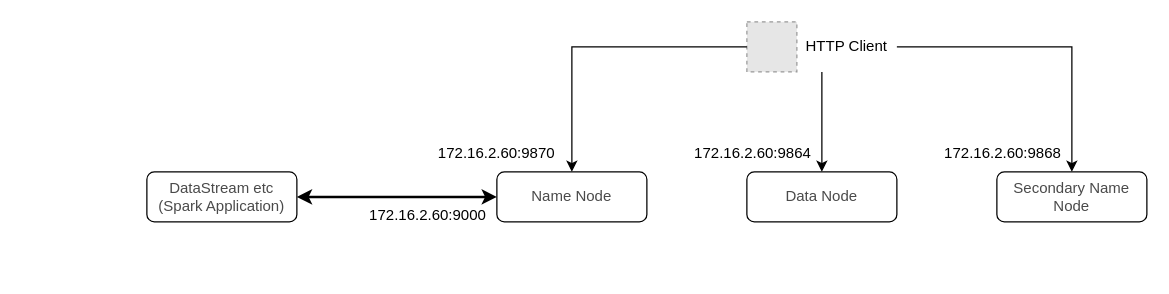
This is page "hadoop hdfs" (13 of 19) of Developer's Guide/MataElang Services.drawio from mata-elang-stable/DevelopersGuide, a draw.io file, before an edit. Source tidied: cells renumbered, new cells numbered last; positions are measured from the earlier drawing's top-left corner, leaving out a move shared by most shapes. Both pictures are drawn from the tidied source at 125%, with x=0, y=0 at pixel (146, 21). Pictures stored in the file or linked from it are replaced by grey dashed boxes.
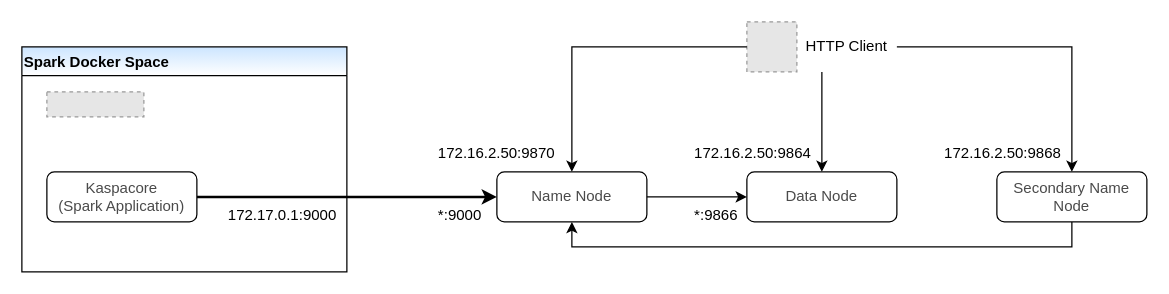
Above is the later version.

The change refers to these unchanged cells:
```xml
<mxCell id="10" value="&lt;font color=&quot;#4a4a4a&quot;&gt;Name Node&lt;/font&gt;" style="rounded=1;whiteSpace=wrap;html=1;fontSize=12;glass=0;strokeWidth=1;shadow=0;" parent="1" vertex="1">
  <mxGeometry x="280" y="120" width="120" height="40" as="geometry" />
</mxCell>
<mxCell id="13" value="&lt;font color=&quot;#4a4a4a&quot;&gt;Secondary Name Node&lt;/font&gt;" style="rounded=1;whiteSpace=wrap;html=1;fontSize=12;glass=0;strokeWidth=1;shadow=0;" parent="1" vertex="1">
  <mxGeometry x="680" y="120" width="120" height="40" as="geometry" />
</mxCell>
<mxCell id="16" value="&lt;font color=&quot;#4a4a4a&quot;&gt;Data Node&lt;/font&gt;" style="rounded=1;whiteSpace=wrap;html=1;fontSize=12;glass=0;strokeWidth=1;shadow=0;" parent="1" vertex="1">
  <mxGeometry x="480" y="120" width="120" height="40" as="geometry" />
</mxCell>
```

Change to the diagram source:
```diff
@@
-    <mxCell id="2" value="172.16.2.60:9000" style="text;html=1;strokeColor=none;fillColor=none;align=center;verticalAlign=middle;whiteSpace=wrap;rounded=0;" parent="1" vertex="1">
-      <mxGeometry x="170" y="140" width="110" height="30" as="geometry" />
-    </mxCell>
-    <mxCell id="3" value="&lt;span style=&quot;color: rgb(74 , 74 , 74) ; background-color: rgb(255 , 255 , 255)&quot;&gt;DataStream etc&lt;/span&gt;&lt;br style=&quot;color: rgb(74 , 74 , 74)&quot;&gt;&lt;span style=&quot;color: rgb(74 , 74 , 74) ; background-color: rgb(255 , 255 , 255)&quot;&gt;(Spark Application)&lt;/span&gt;&lt;font color=&quot;#4a4a4a&quot;&gt;&lt;span style=&quot;background-color: rgb(255 , 255 , 255)&quot;&gt;&lt;br&gt;&lt;/span&gt;&lt;/font&gt;" style="rounded=1;whiteSpace=wrap;html=1;fontSize=12;glass=0;strokeWidth=1;shadow=0;" parent="1" vertex="1">
-      <mxGeometry y="120" width="120" height="40" as="geometry" />
-    </mxCell>
-    <mxCell id="4" style="endArrow=classic;html=1;rounded=0;edgeStyle=orthogonalEdgeStyle;exitX=1;exitY=0.5;exitDx=0;exitDy=0;entryX=0;entryY=0.5;entryDx=0;entryDy=0;startArrow=classic;startFill=1;strokeWidth=2;" parent="1" edge="1" source="3" target="10">
+    <mxCell id="4" style="endArrow=classic;html=1;rounded=0;edgeStyle=orthogonalEdgeStyle;exitX=1;exitY=0.5;exitDx=0;exitDy=0;entryX=0;entryY=0.5;entryDx=0;entryDy=0;startArrow=none;startFill=0;strokeWidth=2;" parent="1" edge="1" source="3" target="10">
       <mxGeometry relative="1" as="geometry" />
     </mxCell>
-    <mxCell id="5" value="172.16.2.60:9870" style="text;html=1;strokeColor=none;fillColor=none;align=center;verticalAlign=middle;whiteSpace=wrap;rounded=0;" parent="1" vertex="1">
+    <mxCell id="5" value="172.16.2.50:9870" style="text;html=1;strokeColor=none;fillColor=none;align=center;verticalAlign=middle;whiteSpace=wrap;rounded=0;" parent="1" vertex="1">
       <mxGeometry x="230" y="90" width="100" height="30" as="geometry" />
     </mxCell>
@@
-    <mxCell id="12" value="172.16.2.60:9868" style="text;html=1;strokeColor=none;fillColor=none;align=center;verticalAlign=middle;whiteSpace=wrap;rounded=0;" parent="1" vertex="1">
+    <mxCell id="12" value="172.16.2.50:9868" style="text;html=1;strokeColor=none;fillColor=none;align=center;verticalAlign=middle;whiteSpace=wrap;rounded=0;" parent="1" vertex="1">
       <mxGeometry x="630" y="90" width="110" height="30" as="geometry" />
     </mxCell>
@@
-    <mxCell id="15" value="172.16.2.60:9864" style="text;html=1;strokeColor=none;fillColor=none;align=center;verticalAlign=middle;whiteSpace=wrap;rounded=0;" parent="1" vertex="1">
+    <mxCell id="15" value="172.16.2.50:9864" style="text;html=1;strokeColor=none;fillColor=none;align=center;verticalAlign=middle;whiteSpace=wrap;rounded=0;" parent="1" vertex="1">
       <mxGeometry x="430" y="90" width="110" height="30" as="geometry" />
     </mxCell>
@@
+    <mxCell id="17" style="endArrow=classic;html=1;rounded=0;edgeStyle=orthogonalEdgeStyle;startArrow=none;startFill=0;strokeWidth=1;" parent="1" edge="1" source="10" target="16">
+      <mxGeometry relative="1" as="geometry" />
+    </mxCell>
+    <mxCell id="18" style="endArrow=none;html=1;rounded=0;edgeStyle=orthogonalEdgeStyle;startArrow=classic;startFill=1;strokeWidth=1;entryX=0.5;entryY=1;entryDx=0;entryDy=0;exitX=0.5;exitY=1;exitDx=0;exitDy=0;endFill=0;" parent="1" edge="1" source="10" target="13">
+      <mxGeometry relative="1" as="geometry">
+        <Array as="points">
+          <mxPoint x="340" y="180" />
+          <mxPoint x="740" y="180" />
+        </Array>
+      </mxGeometry>
+    </mxCell>
+    <mxCell id="19" value="*:9000" style="text;html=1;strokeColor=none;fillColor=none;align=right;verticalAlign=middle;whiteSpace=wrap;rounded=0;" parent="1" vertex="1">
+      <mxGeometry x="230" y="140" width="40" height="30" as="geometry" />
+    </mxCell>
+    <mxCell id="20" value="Spark Docker Space" style="swimlane;strokeColor=default;fillColor=#CCE5FF;align=left;gradientColor=#ffffff;swimlaneFillColor=none;" parent="1" vertex="1">
+      <mxGeometry x="-100" y="20" width="260" height="180" as="geometry" />
+    </mxCell>
+    <mxCell id="21" style="fillColor=#E6E6E6;strokeColor=#999999;dashed=1;verticalLabelPosition=bottom;labelBackgroundColor=#ffffff;verticalAlign=top;" parent="20" vertex="1">
+      <mxGeometry x="20" y="36" width="77.6" height="20" as="geometry" />
+    </mxCell>
+    <mxCell id="3" value="&lt;font color=&quot;#4a4a4a&quot;&gt;&lt;span style=&quot;background-color: rgb(255 , 255 , 255)&quot;&gt;Kaspacore&lt;/span&gt;&lt;/font&gt;&lt;br style=&quot;color: rgb(74 , 74 , 74)&quot;&gt;&lt;span style=&quot;color: rgb(74 , 74 , 74) ; background-color: rgb(255 , 255 , 255)&quot;&gt;(Spark Application)&lt;/span&gt;&lt;font color=&quot;#4a4a4a&quot;&gt;&lt;span style=&quot;background-color: rgb(255 , 255 , 255)&quot;&gt;&lt;br&gt;&lt;/span&gt;&lt;/font&gt;" style="rounded=1;whiteSpace=wrap;html=1;fontSize=12;glass=0;strokeWidth=1;shadow=0;" parent="20" vertex="1">
+      <mxGeometry x="20" y="100" width="120" height="40" as="geometry" />
+    </mxCell>
+    <mxCell id="2" value="172.17.0.1:9000" style="text;html=1;strokeColor=none;fillColor=none;align=right;verticalAlign=middle;whiteSpace=wrap;rounded=0;" parent="20" vertex="1">
+      <mxGeometry x="164" y="120" width="90" height="30" as="geometry" />
+    </mxCell>
+    <mxCell id="22" value="*:9866" style="text;html=1;strokeColor=none;fillColor=none;align=right;verticalAlign=middle;whiteSpace=wrap;rounded=0;" parent="1" vertex="1">
+      <mxGeometry x="430" y="140" width="45" height="30" as="geometry" />
+    </mxCell>
```
